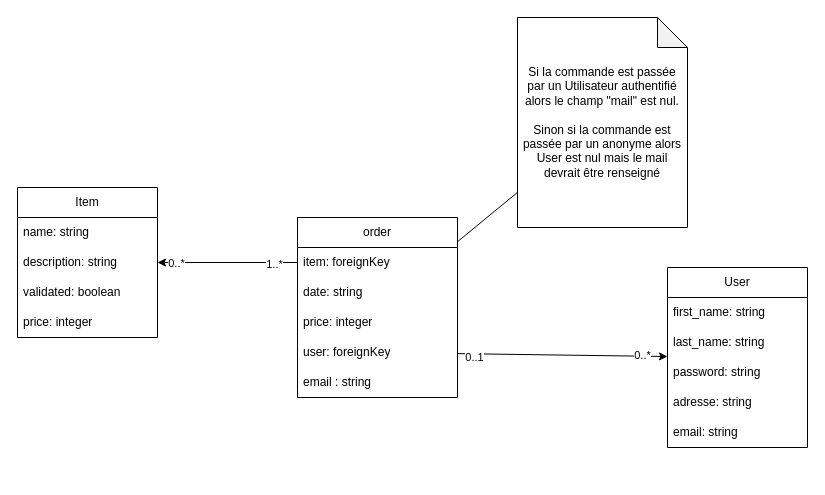
LouisMaupas/ecom keeps this draw.io diagram as mdd.drawio. Above is the earlier version. Source tidied: cells renumbered, new cells numbered last; positions are measured from the earlier drawing's top-left corner, leaving out a move shared by most shapes. Both pictures are drawn from the tidied source at 100%, with x=0, y=0 at pixel (17, 17).
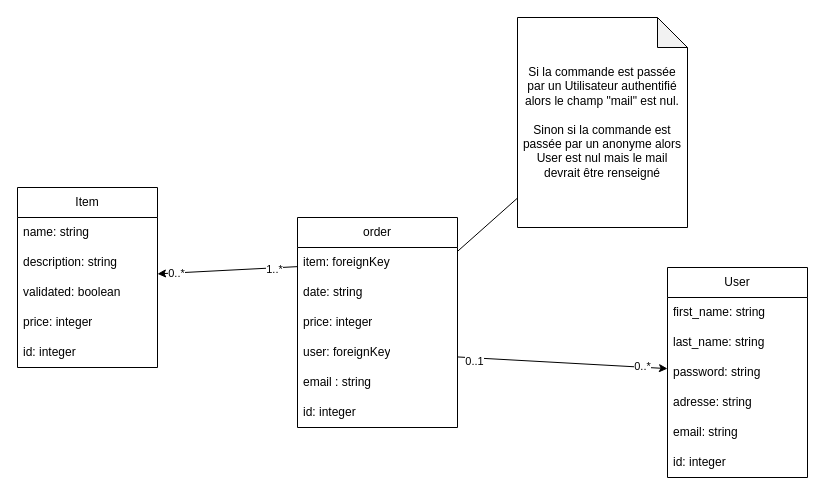
The same page after the edit.

What changed in the source:
```diff
@@
     <mxCell id="2" value="Item" style="swimlane;fontStyle=0;horizontal=1;startSize=30;whiteSpace=wrap;html=1;" parent="1" vertex="1">
-      <mxGeometry y="170" width="140" height="150" as="geometry" />
+      <mxGeometry y="170" width="140" height="180" as="geometry" />
     </mxCell>
@@
+    <mxCell id="27" value="id: integer" style="text;strokeColor=none;fillColor=none;align=left;verticalAlign=middle;spacingLeft=4;spacingRight=4;overflow=hidden;whiteSpace=wrap;html=1;" parent="2" vertex="1">
+      <mxGeometry y="150" width="140" height="30" as="geometry" />
+    </mxCell>
     <mxCell id="7" value="User" style="swimlane;fontStyle=0;horizontal=1;startSize=30;whiteSpace=wrap;html=1;" parent="1" vertex="1">
-      <mxGeometry x="650" y="250" width="140" height="180" as="geometry" />
+      <mxGeometry x="650" y="250" width="140" height="210" as="geometry" />
     </mxCell>
@@
+    <mxCell id="28" value="id: integer" style="text;strokeColor=none;fillColor=none;align=left;verticalAlign=middle;spacingLeft=4;spacingRight=4;overflow=hidden;whiteSpace=wrap;html=1;" parent="7" vertex="1">
+      <mxGeometry y="180" width="140" height="30" as="geometry" />
+    </mxCell>
     <mxCell id="13" value="order" style="swimlane;fontStyle=0;horizontal=1;startSize=30;whiteSpace=wrap;html=1;" parent="1" vertex="1">
-      <mxGeometry x="280" y="200" width="160" height="180" as="geometry" />
+      <mxGeometry x="280" y="200" width="160" height="210" as="geometry" />
     </mxCell>
@@
+    <mxCell id="29" value="id: integer" style="text;strokeColor=none;fillColor=none;align=left;verticalAlign=middle;spacingLeft=4;spacingRight=4;overflow=hidden;whiteSpace=wrap;html=1;" parent="13" vertex="1">
+      <mxGeometry y="180" width="160" height="30" as="geometry" />
+    </mxCell>
```
